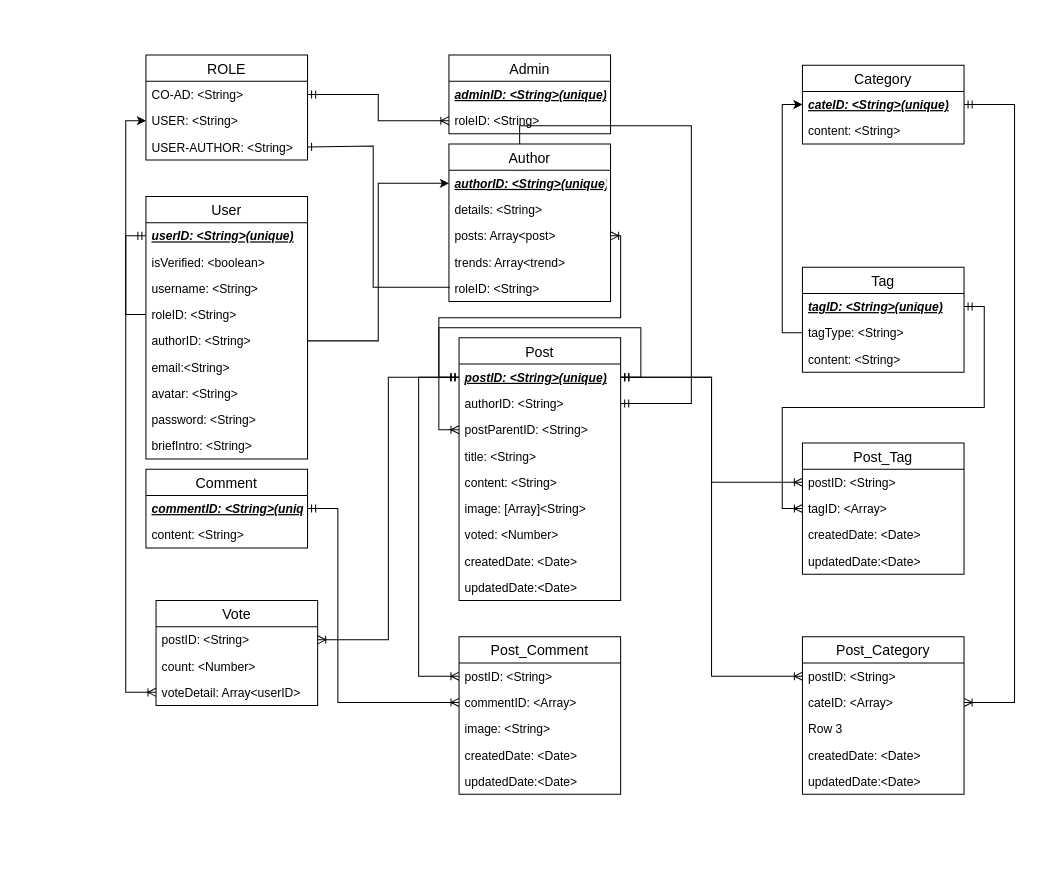
The draw.io diagram diagram.drawio in ManhCuong173/Assignment_Technology-Blog-Ionic, before the edit. Source tidied: cells renumbered, new cells numbered last; positions are measured from the earlier drawing's top-left corner, leaving out a move shared by most shapes. Both pictures are drawn from the tidied source at 101%, with x=0, y=0 at pixel (145, 55).
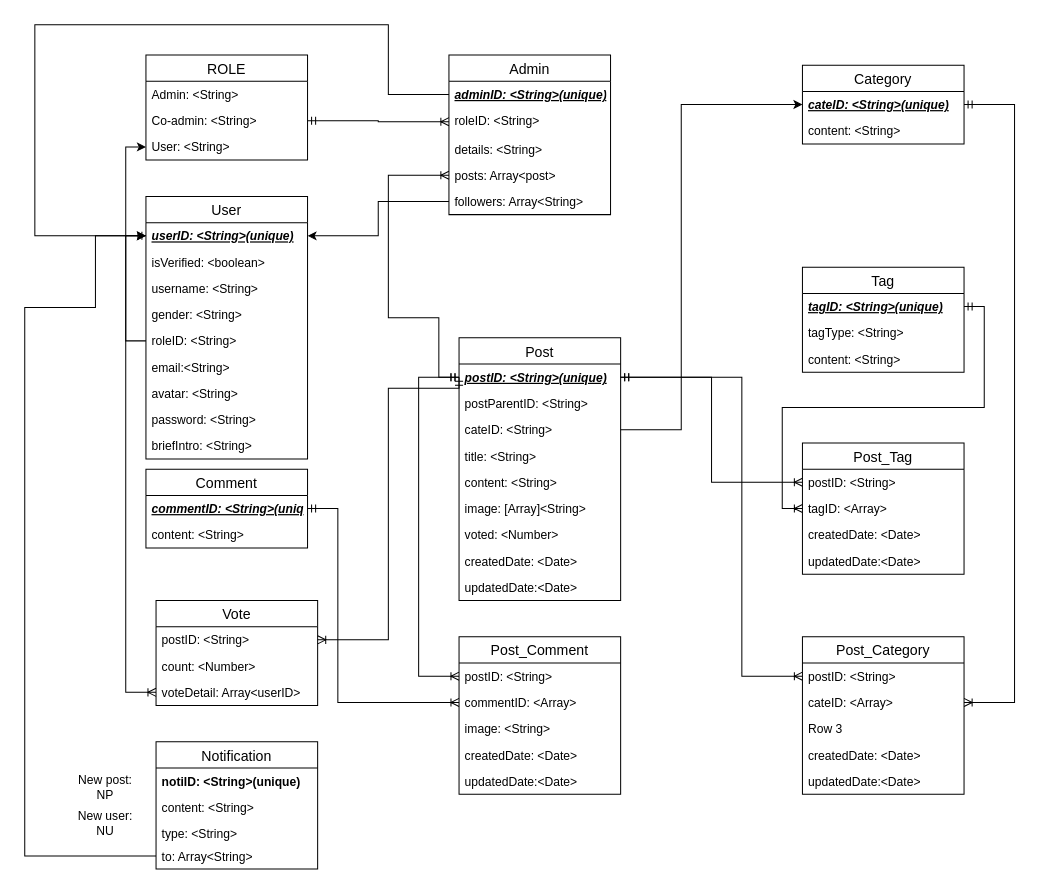
The same page after the edit.

Unchanged cells that the change refers to:
```xml
<mxCell id="14" value="cateID: &lt;String&gt;(unique)" style="text;strokeColor=none;fillColor=none;spacingLeft=4;spacingRight=4;overflow=hidden;points=[[0,0.5],[1,0.5]];portConstraint=eastwest;fontSize=12;fontStyle=7;" parent="13" vertex="1">
  <mxGeometry y="26" width="160" height="26" as="geometry" />
</mxCell>
<mxCell id="18" value="tagType: &lt;String&gt;" style="text;strokeColor=none;fillColor=none;spacingLeft=4;spacingRight=4;overflow=hidden;points=[[0,0.5],[1,0.5]];portConstraint=eastwest;fontSize=12;" parent="16" vertex="1">
  <mxGeometry y="52" width="160" height="26" as="geometry" />
</mxCell>
<mxCell id="26" value="postID: &lt;String&gt;" style="text;strokeColor=none;fillColor=none;spacingLeft=4;spacingRight=4;overflow=hidden;points=[[0,0.5],[1,0.5]];portConstraint=eastwest;fontSize=12;" parent="25" vertex="1">
  <mxGeometry y="26" width="160" height="26" as="geometry" />
</mxCell>
<mxCell id="31" value="Post" style="swimlane;fontStyle=0;horizontal=1;startSize=26;align=center;fontSize=14;" parent="1" vertex="1">
  <mxGeometry x="310" y="280" width="160" height="260" as="geometry" />
</mxCell>
<mxCell id="32" value="postID: &lt;String&gt;(unique)" style="text;strokeColor=none;fillColor=none;spacingLeft=4;spacingRight=4;overflow=hidden;points=[[0,0.5],[1,0.5]];portConstraint=eastwest;fontSize=12;fontStyle=7;" parent="31" vertex="1">
  <mxGeometry y="26" width="160" height="26" as="geometry" />
</mxCell>
<mxCell id="56" value="adminID: &lt;String&gt;(unique)" style="text;strokeColor=none;fillColor=none;spacingLeft=4;spacingRight=4;overflow=hidden;points=[[0,0.5],[1,0.5]];portConstraint=eastwest;fontSize=12;fontStyle=7;" parent="55" vertex="1">
  <mxGeometry y="26" width="160" height="26" as="geometry" />
</mxCell>
<mxCell id="59" value="ROLE" style="swimlane;fontStyle=0;horizontal=1;startSize=26;align=center;fontSize=14;" parent="1" vertex="1">
  <mxGeometry width="160" height="104" as="geometry" />
</mxCell>
<mxCell id="67" value="User" style="swimlane;fontStyle=0;horizontal=1;startSize=26;align=center;fontSize=14;" parent="1" vertex="1">
  <mxGeometry y="140" width="160" height="260" as="geometry" />
</mxCell>
<mxCell id="68" value="userID: &lt;String&gt;(unique)" style="text;strokeColor=none;fillColor=none;spacingLeft=4;spacingRight=4;overflow=hidden;points=[[0,0.5],[1,0.5]];portConstraint=eastwest;fontSize=12;fontStyle=7;" parent="67" vertex="1">
  <mxGeometry y="26" width="160" height="26" as="geometry" />
</mxCell>
<mxCell id="78" value="postID: &lt;String&gt;" style="text;strokeColor=none;fillColor=none;spacingLeft=4;spacingRight=4;overflow=hidden;points=[[0,0.5],[1,0.5]];portConstraint=eastwest;fontSize=12;" parent="77" vertex="1">
  <mxGeometry y="26" width="160" height="26" as="geometry" />
</mxCell>
```

Diff of the diagram source:
```diff
@@
-    <mxCell id="2" style="edgeStyle=orthogonalEdgeStyle;rounded=0;jettySize=auto;html=1;entryX=1;entryY=0.5;entryDx=0;entryDy=0;endArrow=ERone;endFill=0;exitX=0;exitY=0.5;exitDx=0;exitDy=0;" parent="1" edge="1" source="54" target="62">
-      <mxGeometry relative="1" as="geometry">
-        <Array as="points">
-          <mxPoint x="225" y="230" />
-          <mxPoint x="225" y="90" />
-          <mxPoint x="160" y="90" />
-        </Array>
-      </mxGeometry>
-    </mxCell>
-    <mxCell id="3" style="edgeStyle=orthogonalEdgeStyle;rounded=0;jettySize=auto;html=1;entryX=0;entryY=0.5;entryDx=0;entryDy=0;startArrow=ERoneToMany;startFill=0;endArrow=ERmandOne;endFill=0;" parent="1" edge="1" source="52" target="32">
+    <mxCell id="3" style="edgeStyle=orthogonalEdgeStyle;rounded=0;jettySize=auto;html=1;entryX=0;entryY=0.5;entryDx=0;entryDy=0;startArrow=ERoneToMany;startFill=0;endArrow=ERmandOne;endFill=0;exitX=0;exitY=0.5;exitDx=0;exitDy=0;" parent="1" edge="1" source="52" target="32">
       <mxGeometry relative="1" as="geometry">
         <Array as="points">
-          <mxPoint x="470" y="179" />
-          <mxPoint x="470" y="260" />
+          <mxPoint x="240" y="119" />
+          <mxPoint x="240" y="260" />
           <mxPoint x="290" y="260" />
           <mxPoint x="290" y="319" />
         </Array>
       </mxGeometry>
     </mxCell>
-    <mxCell id="4" style="edgeStyle=orthogonalEdgeStyle;rounded=0;jettySize=auto;html=1;entryX=1;entryY=0.5;entryDx=0;entryDy=0;startArrow=ERoneToMany;startFill=0;endArrow=ERmandOne;endFill=0;" parent="1" edge="1" source="50" target="33">
-      <mxGeometry relative="1" as="geometry">
-        <Array as="points">
-          <mxPoint x="370" y="70" />
-          <mxPoint x="540" y="70" />
-          <mxPoint x="540" y="345" />
-        </Array>
-      </mxGeometry>
-    </mxCell>
@@
     <mxCell id="7" style="edgeStyle=orthogonalEdgeStyle;rounded=0;jettySize=auto;html=1;entryX=1;entryY=0.5;entryDx=0;entryDy=0;startArrow=ERoneToMany;startFill=0;endArrow=ERmandOne;endFill=0;" parent="1" edge="1" source="26" target="32">
-      <mxGeometry relative="1" as="geometry" />
+      <mxGeometry relative="1" as="geometry">
+        <Array as="points">
+          <mxPoint x="590" y="615" />
+          <mxPoint x="590" y="319" />
+        </Array>
+      </mxGeometry>
     </mxCell>
@@
     <mxCell id="12" style="edgeStyle=orthogonalEdgeStyle;rounded=0;jettySize=auto;html=1;entryX=0;entryY=0.5;entryDx=0;entryDy=0;startArrow=ERoneToMany;startFill=0;endArrow=ERmandOne;endFill=0;" parent="1" edge="1" source="78" target="32">
-      <mxGeometry relative="1" as="geometry" />
+      <mxGeometry relative="1" as="geometry">
+        <Array as="points">
+          <mxPoint x="240" y="579" />
+          <mxPoint x="240" y="330" />
+          <mxPoint x="310" y="330" />
+        </Array>
+      </mxGeometry>
     </mxCell>
@@
-    <mxCell id="33" value="authorID: &lt;String&gt;" style="text;strokeColor=none;fillColor=none;spacingLeft=4;spacingRight=4;overflow=hidden;points=[[0,0.5],[1,0.5]];portConstraint=eastwest;fontSize=12;" parent="31" vertex="1">
-      <mxGeometry y="52" width="160" height="26" as="geometry" />
-    </mxCell>
-    <mxCell id="34" style="edgeStyle=orthogonalEdgeStyle;rounded=0;jettySize=auto;html=1;entryX=1;entryY=0.5;entryDx=0;entryDy=0;startArrow=ERoneToMany;startFill=0;endArrow=ERmandOne;endFill=0;" parent="31" edge="1" source="35" target="32">
-      <mxGeometry relative="1" as="geometry">
-        <Array as="points">
-          <mxPoint x="-20" y="91" />
-          <mxPoint x="-20" y="-10" />
-          <mxPoint x="180" y="-10" />
-          <mxPoint x="180" y="39" />
-        </Array>
-      </mxGeometry>
-    </mxCell>
     <mxCell id="35" value="postParentID: &lt;String&gt;" style="text;strokeColor=none;fillColor=none;spacingLeft=4;spacingRight=4;overflow=hidden;points=[[0,0.5],[1,0.5]];portConstraint=eastwest;fontSize=12;" parent="31" vertex="1">
-      <mxGeometry y="78" width="160" height="26" as="geometry" />
+      <mxGeometry y="52" width="160" height="26" as="geometry" />
     </mxCell>
+    <mxCell id="82" value="cateID: &lt;String&gt;" style="text;strokeColor=none;fillColor=none;spacingLeft=4;spacingRight=4;overflow=hidden;points=[[0,0.5],[1,0.5]];portConstraint=eastwest;fontSize=12;" parent="31" vertex="1">
+      <mxGeometry y="78" width="160" height="26" as="geometry" />
+    </mxCell>
@@
-    <mxCell id="49" value="Author" style="swimlane;fontStyle=0;horizontal=1;startSize=26;align=center;fontSize=14;" parent="1" vertex="1">
-      <mxGeometry x="300" y="88" width="160" height="156" as="geometry" />
-    </mxCell>
-    <mxCell id="50" value="authorID: &lt;String&gt;(unique)" style="text;strokeColor=none;fillColor=none;spacingLeft=4;spacingRight=4;overflow=hidden;points=[[0,0.5],[1,0.5]];portConstraint=eastwest;fontSize=12;fontStyle=7;" parent="49" vertex="1">
-      <mxGeometry y="26" width="160" height="26" as="geometry" />
-    </mxCell>
-    <mxCell id="51" value="details: &lt;String&gt;" style="text;strokeColor=none;fillColor=none;spacingLeft=4;spacingRight=4;overflow=hidden;fontSize=12;" parent="49" vertex="1">
-      <mxGeometry y="52" width="160" height="26" as="geometry" />
-    </mxCell>
-    <mxCell id="52" value="posts: Array&lt;post&gt;" style="text;strokeColor=none;fillColor=none;spacingLeft=4;spacingRight=4;overflow=hidden;points=[[0,0.5],[1,0.5]];portConstraint=eastwest;fontSize=12;" parent="49" vertex="1">
-      <mxGeometry y="78" width="160" height="26" as="geometry" />
-    </mxCell>
-    <mxCell id="53" value="trends: Array&lt;trend&gt;" style="text;strokeColor=none;fillColor=none;spacingLeft=4;spacingRight=4;overflow=hidden;fontSize=12;" parent="49" vertex="1">
-      <mxGeometry y="104" width="160" height="26" as="geometry" />
-    </mxCell>
-    <mxCell id="54" value="roleID: &lt;String&gt;" style="text;strokeColor=none;fillColor=none;spacingLeft=4;spacingRight=4;overflow=hidden;points=[[0,0.5],[1,0.5]];portConstraint=eastwest;fontSize=12;" parent="49" vertex="1">
-      <mxGeometry y="130" width="160" height="26" as="geometry" />
-    </mxCell>
     <mxCell id="55" value="Admin" style="swimlane;fontStyle=0;horizontal=1;startSize=26;align=center;fontSize=14;" parent="1" vertex="1">
-      <mxGeometry x="300" width="160" height="78" as="geometry" />
+      <mxGeometry x="300" width="160" height="158" as="geometry" />
     </mxCell>
@@
     <mxCell id="57" value="roleID: &lt;String&gt;" style="text;strokeColor=none;fillColor=none;spacingLeft=4;spacingRight=4;overflow=hidden;points=[[0,0.5],[1,0.5]];portConstraint=eastwest;fontSize=12;" parent="55" vertex="1">
-      <mxGeometry y="52" width="160" height="26" as="geometry" />
+      <mxGeometry y="52" width="160" height="28" as="geometry" />
     </mxCell>
+    <mxCell id="51" value="details: &lt;String&gt;" style="text;strokeColor=none;fillColor=none;spacingLeft=4;spacingRight=4;overflow=hidden;fontSize=12;" parent="55" vertex="1">
+      <mxGeometry y="80" width="160" height="26" as="geometry" />
+    </mxCell>
+    <mxCell id="52" value="posts: Array&lt;post&gt;" style="text;strokeColor=none;fillColor=none;spacingLeft=4;spacingRight=4;overflow=hidden;points=[[0,0.5],[1,0.5]];portConstraint=eastwest;fontSize=12;" parent="55" vertex="1">
+      <mxGeometry y="106" width="160" height="26" as="geometry" />
+    </mxCell>
+    <mxCell id="83" value="followers: Array&lt;String&gt;" style="text;strokeColor=none;fillColor=none;spacingLeft=4;spacingRight=4;overflow=hidden;points=[[0,0.5],[1,0.5]];portConstraint=eastwest;fontSize=12;" parent="55" vertex="1">
+      <mxGeometry y="132" width="160" height="26" as="geometry" />
+    </mxCell>
@@
+    <mxCell id="84" value="Admin: &lt;String&gt;" style="text;strokeColor=none;fillColor=none;spacingLeft=4;spacingRight=4;overflow=hidden;fontSize=12;" parent="59" vertex="1">
+      <mxGeometry y="26" width="160" height="26" as="geometry" />
+    </mxCell>
-    <mxCell id="60" value="CO-AD: &lt;String&gt;" style="text;strokeColor=none;fillColor=none;spacingLeft=4;spacingRight=4;overflow=hidden;points=[[0,0.5],[1,0.5]];portConstraint=eastwest;fontSize=12;" parent="59" vertex="1">
-      <mxGeometry y="26" width="160" height="26" as="geometry" />
+    <mxCell id="60" value="Co-admin: &lt;String&gt;" style="text;strokeColor=none;fillColor=none;spacingLeft=4;spacingRight=4;overflow=hidden;points=[[0,0.5],[1,0.5]];portConstraint=eastwest;fontSize=12;" parent="59" vertex="1">
+      <mxGeometry y="52" width="160" height="26" as="geometry" />
     </mxCell>
-    <mxCell id="61" value="USER: &lt;String&gt;" style="text;strokeColor=none;fillColor=none;spacingLeft=4;spacingRight=4;overflow=hidden;points=[[0,0.5],[1,0.5]];portConstraint=eastwest;fontSize=12;" parent="59" vertex="1">
-      <mxGeometry y="52" width="160" height="26" as="geometry" />
+    <mxCell id="61" value="User: &lt;String&gt;" style="text;strokeColor=none;fillColor=none;spacingLeft=4;spacingRight=4;overflow=hidden;points=[[0,0.5],[1,0.5]];portConstraint=eastwest;fontSize=12;" parent="59" vertex="1">
+      <mxGeometry y="78" width="160" height="26" as="geometry" />
     </mxCell>
-    <mxCell id="62" value="USER-AUTHOR: &lt;String&gt;" style="text;strokeColor=none;fillColor=none;spacingLeft=4;spacingRight=4;overflow=hidden;points=[[0,0.5],[1,0.5]];portConstraint=eastwest;fontSize=12;" parent="59" vertex="1">
-      <mxGeometry y="78" width="160" height="26" as="geometry" />
-    </mxCell>
@@
-    <mxCell id="66" style="edgeStyle=orthogonalEdgeStyle;rounded=0;jettySize=auto;html=1;entryX=0;entryY=0.5;entryDx=0;entryDy=0;exitX=1;exitY=0.5;exitDx=0;exitDy=0;" parent="1" edge="1" source="72" target="50">
-      <mxGeometry relative="1" as="geometry" />
-    </mxCell>
@@
+    <mxCell id="85" value="gender: &lt;String&gt;" style="text;strokeColor=none;fillColor=none;spacingLeft=4;spacingRight=4;overflow=hidden;fontSize=12;" parent="67" vertex="1">
+      <mxGeometry y="104" width="160" height="26" as="geometry" />
+    </mxCell>
     <mxCell id="71" value="roleID: &lt;String&gt;" style="text;strokeColor=none;fillColor=none;spacingLeft=4;spacingRight=4;overflow=hidden;points=[[0,0.5],[1,0.5]];portConstraint=eastwest;fontSize=12;" parent="67" vertex="1">
-      <mxGeometry y="104" width="160" height="26" as="geometry" />
+      <mxGeometry y="130" width="160" height="26" as="geometry" />
     </mxCell>
-    <mxCell id="72" value="authorID: &lt;String&gt;" style="text;strokeColor=none;fillColor=none;spacingLeft=4;spacingRight=4;overflow=hidden;points=[[0,0.5],[1,0.5]];portConstraint=eastwest;fontSize=12;" parent="67" vertex="1">
-      <mxGeometry y="130" width="160" height="26" as="geometry" />
-    </mxCell>
@@
-    <mxCell id="81" style="edgeStyle=orthogonalEdgeStyle;rounded=0;jettySize=auto;html=1;entryX=0;entryY=0.5;entryDx=0;entryDy=0;" parent="1" edge="1" source="18" target="14">
-      <mxGeometry relative="1" as="geometry" />
-    </mxCell>
+    <mxCell id="86" style="edgeStyle=orthogonalEdgeStyle;rounded=0;jettySize=auto;html=1;entryX=0;entryY=0.5;entryDx=0;entryDy=0;" parent="1" edge="1" source="82" target="14">
+      <mxGeometry relative="1" as="geometry">
+        <Array as="points">
+          <mxPoint x="530" y="371" />
+          <mxPoint x="530" y="49" />
+        </Array>
+      </mxGeometry>
+    </mxCell>
+    <mxCell id="87" style="edgeStyle=orthogonalEdgeStyle;rounded=0;jettySize=auto;html=1;entryX=1;entryY=0.5;entryDx=0;entryDy=0;" parent="1" edge="1" source="83" target="68">
+      <mxGeometry relative="1" as="geometry" />
+    </mxCell>
+    <mxCell id="88" style="edgeStyle=orthogonalEdgeStyle;rounded=0;jettySize=auto;html=1;entryX=0;entryY=0.5;entryDx=0;entryDy=0;" parent="1" edge="1" source="56" target="68">
+      <mxGeometry relative="1" as="geometry">
+        <Array as="points">
+          <mxPoint x="240" y="39" />
+          <mxPoint x="240" y="-30" />
+          <mxPoint x="-110" y="-30" />
+          <mxPoint x="-110" y="179" />
+        </Array>
+      </mxGeometry>
+    </mxCell>
+    <mxCell id="89" value="New post: NP" style="text;html=1;strokeColor=none;fillColor=none;align=center;verticalAlign=middle;whiteSpace=wrap;rounded=0;" parent="1" vertex="1">
+      <mxGeometry x="-70" y="715" width="60" height="20" as="geometry" />
+    </mxCell>
+    <mxCell id="90" value="New user:&lt;br&gt;NU" style="text;html=1;strokeColor=none;fillColor=none;align=center;verticalAlign=middle;whiteSpace=wrap;rounded=0;" parent="1" vertex="1">
+      <mxGeometry x="-70" y="751" width="60" height="20" as="geometry" />
+    </mxCell>
+    <mxCell id="91" value="Notification" style="swimlane;fontStyle=0;horizontal=1;startSize=26;align=center;fontSize=14;" parent="1" vertex="1">
+      <mxGeometry x="10" y="680" width="160" height="126" as="geometry" />
+    </mxCell>
+    <mxCell id="92" value="notiID: &lt;String&gt;(unique)" style="text;strokeColor=none;fillColor=none;spacingLeft=4;spacingRight=4;overflow=hidden;fontSize=12;fontStyle=1;" parent="91" vertex="1">
+      <mxGeometry y="26" width="160" height="26" as="geometry" />
+    </mxCell>
+    <mxCell id="93" value="content: &lt;String&gt;" style="text;strokeColor=none;fillColor=none;spacingLeft=4;spacingRight=4;overflow=hidden;fontSize=12;" parent="91" vertex="1">
+      <mxGeometry y="52" width="160" height="26" as="geometry" />
+    </mxCell>
+    <mxCell id="94" value="type: &lt;String&gt;" style="text;strokeColor=none;fillColor=none;spacingLeft=4;spacingRight=4;overflow=hidden;fontSize=12;" parent="91" vertex="1">
+      <mxGeometry y="78" width="160" height="22" as="geometry" />
+    </mxCell>
+    <mxCell id="95" value="to: Array&lt;String&gt;" style="text;strokeColor=none;fillColor=none;spacingLeft=4;spacingRight=4;overflow=hidden;points=[[0,0.5],[1,0.5]];portConstraint=eastwest;fontSize=12;" parent="91" vertex="1">
+      <mxGeometry y="100" width="160" height="26" as="geometry" />
+    </mxCell>
+    <mxCell id="96" style="edgeStyle=orthogonalEdgeStyle;rounded=0;jettySize=auto;html=1;entryX=0;entryY=0.5;entryDx=0;entryDy=0;" parent="1" edge="1" source="95" target="68">
+      <mxGeometry relative="1" as="geometry">
+        <Array as="points">
+          <mxPoint x="-120" y="793" />
+          <mxPoint x="-120" y="250" />
+          <mxPoint x="-50" y="250" />
+          <mxPoint x="-50" y="179" />
+        </Array>
+      </mxGeometry>
+    </mxCell>
```
